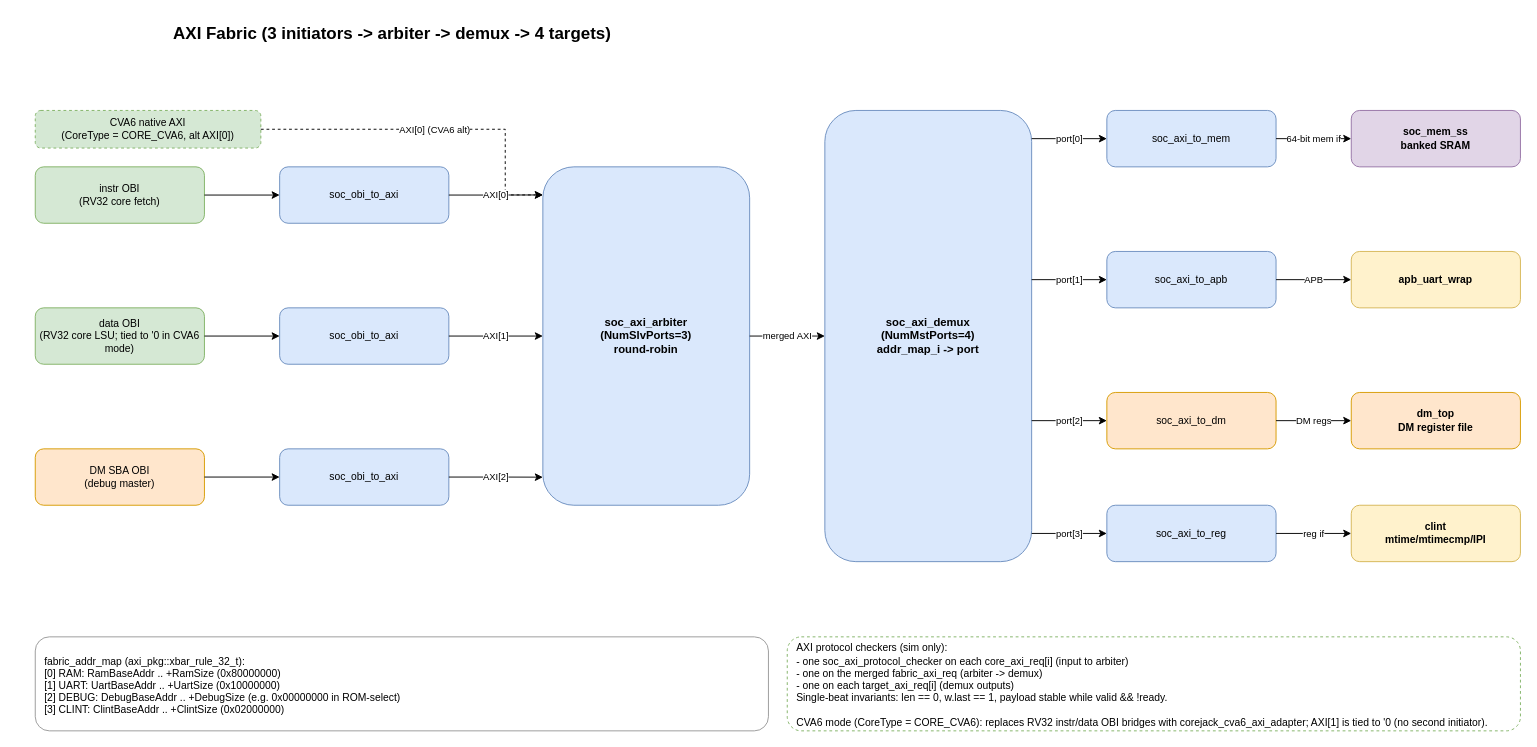
The draw.io diagram page "AXI Fabric" (2 of 8) of docs/media/corejack_soc.drawio in patrickerich/corejack, before the edit. Source tidied: cells renumbered, new cells numbered last; positions are measured from the earlier drawing's top-left corner, leaving out a move shared by most shapes. Both pictures are drawn from the tidied source at 94%, with x=0, y=0 at pixel (16, 16).
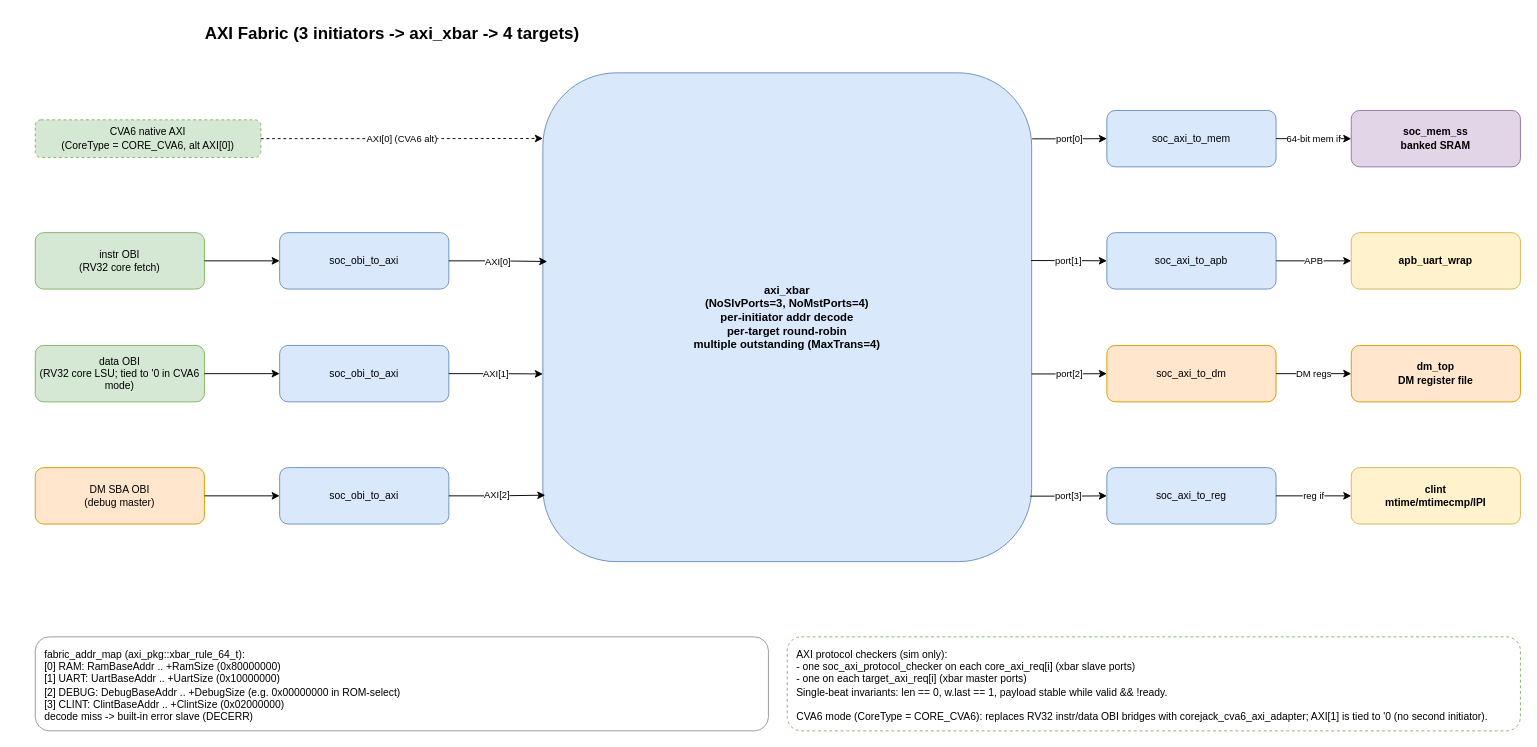
After the change.

Commit message (it also covers changes not shown here):
Update SoC diagrams for the axi_xbar fabric

The change refers to these unchanged cells:
```xml
<mxCell id="12" value="soc_axi_to_mem" style="rounded=1;whiteSpace=wrap;html=1;fillColor=#dae8fc;strokeColor=#6c8ebf;fontSize=11;verticalAlign=middle;" parent="1" vertex="1">
  <mxGeometry x="1160" y="100" width="180" height="60" as="geometry" />
</mxCell>
```

The edit, as a diff of the source:
```diff
@@
-    <mxCell id="2" value="AXI Fabric (3 initiators -&gt; arbiter -&gt; demux -&gt; 4 targets)" style="text;html=1;strokeColor=none;fillColor=none;align=center;verticalAlign=middle;whiteSpace=wrap;rounded=0;fontSize=18;fontStyle=1;" parent="1" vertex="1">
+    <mxCell id="2" value="AXI Fabric (3 initiators -&gt; axi_xbar -&gt; 4 targets)" style="text;html=1;strokeColor=none;fillColor=none;align=center;verticalAlign=middle;whiteSpace=wrap;rounded=0;fontSize=18;fontStyle=1;" parent="1" vertex="1">
       <mxGeometry width="800" height="36" as="geometry" />
     </mxCell>
     <mxCell id="3" value="CVA6 native AXI&#10;(CoreType = CORE_CVA6, alt AXI[0])" style="rounded=1;whiteSpace=wrap;html=1;fillColor=#d5e8d4;strokeColor=#82b366;fontSize=11;verticalAlign=middle;dashed=1;" parent="1" vertex="1">
-      <mxGeometry x="20" y="100" width="240" height="40" as="geometry" />
+      <mxGeometry x="20" y="110" width="240" height="40" as="geometry" />
     </mxCell>
     <mxCell id="4" value="instr OBI&#10;(RV32 core fetch)" style="rounded=1;whiteSpace=wrap;html=1;fillColor=#d5e8d4;strokeColor=#82b366;fontSize=11;verticalAlign=middle;" parent="1" vertex="1">
-      <mxGeometry x="20" y="160" width="180" height="60" as="geometry" />
+      <mxGeometry x="20" y="230" width="180" height="60" as="geometry" />
     </mxCell>
     <mxCell id="5" value="data OBI&#10;(RV32 core LSU; tied to '0 in CVA6 mode)" style="rounded=1;whiteSpace=wrap;html=1;fillColor=#d5e8d4;strokeColor=#82b366;fontSize=11;verticalAlign=middle;" parent="1" vertex="1">
-      <mxGeometry x="20" y="310" width="180" height="60" as="geometry" />
+      <mxGeometry x="20" y="350" width="180" height="60" as="geometry" />
     </mxCell>
     <mxCell id="6" value="DM SBA OBI&#10;(debug master)" style="rounded=1;whiteSpace=wrap;html=1;fillColor=#ffe6cc;strokeColor=#d79b00;fontSize=11;verticalAlign=middle;" parent="1" vertex="1">
-      <mxGeometry x="20" y="460" width="180" height="60" as="geometry" />
+      <mxGeometry x="20" y="480" width="180" height="60" as="geometry" />
     </mxCell>
     <mxCell id="7" value="soc_obi_to_axi" style="rounded=1;whiteSpace=wrap;html=1;fillColor=#dae8fc;strokeColor=#6c8ebf;fontSize=11;verticalAlign=middle;" parent="1" vertex="1">
-      <mxGeometry x="280" y="160" width="180" height="60" as="geometry" />
+      <mxGeometry x="280" y="230" width="180" height="60" as="geometry" />
     </mxCell>
     <mxCell id="8" value="soc_obi_to_axi" style="rounded=1;whiteSpace=wrap;html=1;fillColor=#dae8fc;strokeColor=#6c8ebf;fontSize=11;verticalAlign=middle;" parent="1" vertex="1">
-      <mxGeometry x="280" y="310" width="180" height="60" as="geometry" />
+      <mxGeometry x="280" y="350" width="180" height="60" as="geometry" />
     </mxCell>
     <mxCell id="9" value="soc_obi_to_axi" style="rounded=1;whiteSpace=wrap;html=1;fillColor=#dae8fc;strokeColor=#6c8ebf;fontSize=11;verticalAlign=middle;" parent="1" vertex="1">
-      <mxGeometry x="280" y="460" width="180" height="60" as="geometry" />
+      <mxGeometry x="280" y="480" width="180" height="60" as="geometry" />
     </mxCell>
-    <mxCell id="10" value="soc_axi_arbiter&#10;(NumSlvPorts=3)&#10;round-robin" style="rounded=1;whiteSpace=wrap;html=1;fillColor=#dae8fc;strokeColor=#6c8ebf;fontSize=12;fontStyle=1;verticalAlign=middle;" parent="1" vertex="1">
-      <mxGeometry x="560" y="160" width="220" height="360" as="geometry" />
-    </mxCell>
-    <mxCell id="11" value="soc_axi_demux&#10;(NumMstPorts=4)&#10;addr_map_i -&gt; port" style="rounded=1;whiteSpace=wrap;html=1;fillColor=#dae8fc;strokeColor=#6c8ebf;fontSize=12;fontStyle=1;verticalAlign=middle;" parent="1" vertex="1">
-      <mxGeometry x="860" y="100" width="220" height="480" as="geometry" />
-    </mxCell>
+    <mxCell id="38" value="axi_xbar&#10;(NoSlvPorts=3, NoMstPorts=4)&#10;per-initiator addr decode&#10;per-target round-robin&#10;multiple outstanding (MaxTrans=4)" style="rounded=1;whiteSpace=wrap;html=1;fillColor=#dae8fc;strokeColor=#6c8ebf;fontSize=12;fontStyle=1;verticalAlign=middle;" parent="1" vertex="1">
+      <mxGeometry x="560" y="60" width="520" height="520" as="geometry" />
+    </mxCell>
@@
     <mxCell id="13" value="soc_axi_to_apb" style="rounded=1;whiteSpace=wrap;html=1;fillColor=#dae8fc;strokeColor=#6c8ebf;fontSize=11;verticalAlign=middle;" parent="1" vertex="1">
-      <mxGeometry x="1160" y="250" width="180" height="60" as="geometry" />
+      <mxGeometry x="1160" y="230" width="180" height="60" as="geometry" />
     </mxCell>
     <mxCell id="14" value="soc_axi_to_dm" style="rounded=1;whiteSpace=wrap;html=1;fillColor=#ffe6cc;strokeColor=#d79b00;fontSize=11;verticalAlign=middle;" parent="1" vertex="1">
-      <mxGeometry x="1160" y="400" width="180" height="60" as="geometry" />
+      <mxGeometry x="1160" y="350" width="180" height="60" as="geometry" />
     </mxCell>
     <mxCell id="15" value="soc_axi_to_reg" style="rounded=1;whiteSpace=wrap;html=1;fillColor=#dae8fc;strokeColor=#6c8ebf;fontSize=11;verticalAlign=middle;" parent="1" vertex="1">
-      <mxGeometry x="1160" y="520" width="180" height="60" as="geometry" />
+      <mxGeometry x="1160" y="480" width="180" height="60" as="geometry" />
     </mxCell>
@@
     <mxCell id="17" value="apb_uart_wrap" style="rounded=1;whiteSpace=wrap;html=1;fillColor=#fff2cc;strokeColor=#d6b656;fontSize=11;fontStyle=1;verticalAlign=middle;" parent="1" vertex="1">
-      <mxGeometry x="1420" y="250" width="180" height="60" as="geometry" />
+      <mxGeometry x="1420" y="230" width="180" height="60" as="geometry" />
     </mxCell>
     <mxCell id="18" value="dm_top&#10;DM register file" style="rounded=1;whiteSpace=wrap;html=1;fillColor=#ffe6cc;strokeColor=#d79b00;fontSize=11;fontStyle=1;verticalAlign=middle;" parent="1" vertex="1">
-      <mxGeometry x="1420" y="400" width="180" height="60" as="geometry" />
+      <mxGeometry x="1420" y="350" width="180" height="60" as="geometry" />
     </mxCell>
     <mxCell id="19" value="clint&#10;mtime/mtimecmp/IPI" style="rounded=1;whiteSpace=wrap;html=1;fillColor=#fff2cc;strokeColor=#d6b656;fontSize=11;fontStyle=1;verticalAlign=middle;" parent="1" vertex="1">
-      <mxGeometry x="1420" y="520" width="180" height="60" as="geometry" />
+      <mxGeometry x="1420" y="480" width="180" height="60" as="geometry" />
     </mxCell>
-    <mxCell id="20" value="fabric_addr_map (axi_pkg::xbar_rule_32_t):&#10;[0] RAM:   RamBaseAddr   .. +RamSize     (0x80000000)&#10;[1] UART:  UartBaseAddr  .. +UartSize    (0x10000000)&#10;[2] DEBUG: DebugBaseAddr .. +DebugSize   (e.g. 0x00000000 in ROM-select)&#10;[3] CLINT: ClintBaseAddr .. +ClintSize   (0x02000000)" style="rounded=1;whiteSpace=wrap;html=1;fillColor=#FFFFFF;strokeColor=#999999;fontSize=11;align=left;spacingLeft=8;spacingTop=4;" parent="1" vertex="1">
+    <mxCell id="20" value="fabric_addr_map (axi_pkg::xbar_rule_64_t):&#10;[0] RAM:   RamBaseAddr   .. +RamSize     (0x80000000)&#10;[1] UART:  UartBaseAddr  .. +UartSize    (0x10000000)&#10;[2] DEBUG: DebugBaseAddr .. +DebugSize   (e.g. 0x00000000 in ROM-select)&#10;[3] CLINT: ClintBaseAddr .. +ClintSize   (0x02000000)&#10;decode miss -&gt; built-in error slave (DECERR)" style="rounded=1;whiteSpace=wrap;html=1;fillColor=#FFFFFF;strokeColor=#999999;fontSize=11;align=left;spacingLeft=8;spacingTop=4;" parent="1" vertex="1">
       <mxGeometry x="20" y="660" width="780" height="100" as="geometry" />
     </mxCell>
-    <mxCell id="21" value="AXI protocol checkers (sim only):&#10;- one soc_axi_protocol_checker on each core_axi_req[i] (input to arbiter)&#10;- one on the merged fabric_axi_req (arbiter -&gt; demux)&#10;- one on each target_axi_req[i] (demux outputs)&#10;Single-beat invariants: len == 0, w.last == 1, payload stable while valid &amp;&amp; !ready.&#10;&#10;CVA6 mode (CoreType = CORE_CVA6): replaces RV32 instr/data OBI bridges with corejack_cva6_axi_adapter; AXI[1] is tied to '0 (no second initiator)." style="rounded=1;whiteSpace=wrap;html=1;fillColor=#FFFFFF;strokeColor=#82b366;fontSize=11;align=left;spacingLeft=8;spacingTop=4;dashed=1;" parent="1" vertex="1">
+    <mxCell id="21" value="AXI protocol checkers (sim only):&#10;- one soc_axi_protocol_checker on each core_axi_req[i] (xbar slave ports)&#10;- one on each target_axi_req[i] (xbar master ports)&#10;Single-beat invariants: len == 0, w.last == 1, payload stable while valid &amp;&amp; !ready.&#10;&#10;CVA6 mode (CoreType = CORE_CVA6): replaces RV32 instr/data OBI bridges with corejack_cva6_axi_adapter; AXI[1] is tied to '0 (no second initiator)." style="rounded=1;whiteSpace=wrap;html=1;fillColor=#FFFFFF;strokeColor=#82b366;fontSize=11;align=left;spacingLeft=8;spacingTop=4;dashed=1;" parent="1" vertex="1">
       <mxGeometry x="820" y="660" width="780" height="100" as="geometry" />
     </mxCell>
-    <mxCell id="22" value="AXI[0] (CVA6 alt)" style="endArrow=classic;html=1;edgeStyle=orthogonalEdgeStyle;rounded=0;exitX=1;exitY=0.5;entryX=0;entryY=0.083;fontSize=10;dashed=1;" parent="1" edge="1" source="3" target="10">
+    <mxCell id="22" value="AXI[0] (CVA6 alt)" style="endArrow=classic;html=1;edgeStyle=orthogonalEdgeStyle;rounded=0;exitX=1;exitY=0.5;fontSize=10;dashed=1;entryX=0;entryY=0.115;entryDx=0;entryDy=0;entryPerimeter=0;" parent="1" edge="1" source="3">
       <mxGeometry relative="1" as="geometry">
-        <Array as="points">
-          <mxPoint x="520" y="120" />
-          <mxPoint x="520" y="190" />
-        </Array>
+        <mxPoint x="560" y="129.8" as="targetPoint" />
       </mxGeometry>
     </mxCell>
@@
-    <mxCell id="26" value="AXI[0]" style="endArrow=classic;html=1;edgeStyle=orthogonalEdgeStyle;rounded=0;exitX=1;exitY=0.5;entryX=0;entryY=0.083;fontSize=10;" parent="1" edge="1" source="7" target="10">
+    <mxCell id="26" value="AXI[0]" style="endArrow=classic;html=1;edgeStyle=orthogonalEdgeStyle;rounded=0;exitX=1;exitY=0.5;entryX=0.009;entryY=0.386;fontSize=10;entryDx=0;entryDy=0;entryPerimeter=0;" parent="1" edge="1" source="7" target="38">
       <mxGeometry relative="1" as="geometry" />
     </mxCell>
-    <mxCell id="27" value="AXI[1]" style="endArrow=classic;html=1;edgeStyle=orthogonalEdgeStyle;rounded=0;exitX=1;exitY=0.5;entryX=0;entryY=0.5;fontSize=10;" parent="1" edge="1" source="8" target="10">
+    <mxCell id="27" value="AXI[1]" style="endArrow=classic;html=1;edgeStyle=orthogonalEdgeStyle;rounded=0;exitX=1;exitY=0.5;entryX=0;entryY=0.616;fontSize=10;entryDx=0;entryDy=0;entryPerimeter=0;" parent="1" edge="1" source="8" target="38">
       <mxGeometry relative="1" as="geometry" />
     </mxCell>
-    <mxCell id="28" value="AXI[2]" style="endArrow=classic;html=1;edgeStyle=orthogonalEdgeStyle;rounded=0;exitX=1;exitY=0.5;entryX=0;entryY=0.917;fontSize=10;" parent="1" edge="1" source="9" target="10">
+    <mxCell id="28" value="AXI[2]" style="endArrow=classic;html=1;edgeStyle=orthogonalEdgeStyle;rounded=0;exitX=1;exitY=0.5;entryX=0.005;entryY=0.864;fontSize=10;entryDx=0;entryDy=0;entryPerimeter=0;" parent="1" edge="1" source="9" target="38">
       <mxGeometry relative="1" as="geometry" />
     </mxCell>
-    <mxCell id="29" value="merged AXI" style="endArrow=classic;html=1;edgeStyle=orthogonalEdgeStyle;rounded=0;exitX=1;exitY=0.5;entryX=0;entryY=0.5;fontSize=10;" parent="1" edge="1" source="10" target="11">
-      <mxGeometry relative="1" as="geometry" />
-    </mxCell>
-    <mxCell id="30" value="port[0]" style="endArrow=classic;html=1;edgeStyle=orthogonalEdgeStyle;rounded=0;exitX=1;exitY=0.0625;entryX=0;entryY=0.5;fontSize=10;" parent="1" edge="1" source="11" target="12">
+    <mxCell id="30" value="port[0]" style="endArrow=classic;html=1;edgeStyle=orthogonalEdgeStyle;rounded=0;exitX=1.001;exitY=0.135;entryX=0;entryY=0.5;fontSize=10;exitDx=0;exitDy=0;exitPerimeter=0;" parent="1" edge="1" source="38" target="12">
       <mxGeometry relative="1" as="geometry" />
     </mxCell>
-    <mxCell id="31" value="port[1]" style="endArrow=classic;html=1;edgeStyle=orthogonalEdgeStyle;rounded=0;exitX=1;exitY=0.375;entryX=0;entryY=0.5;fontSize=10;" parent="1" edge="1" source="11" target="13">
+    <mxCell id="31" value="port[1]" style="endArrow=classic;html=1;edgeStyle=orthogonalEdgeStyle;rounded=0;exitX=0.999;exitY=0.384;entryX=0;entryY=0.5;fontSize=10;exitDx=0;exitDy=0;exitPerimeter=0;" parent="1" edge="1" source="38" target="13">
       <mxGeometry relative="1" as="geometry" />
     </mxCell>
-    <mxCell id="32" value="port[2]" style="endArrow=classic;html=1;edgeStyle=orthogonalEdgeStyle;rounded=0;exitX=1;exitY=0.6875;entryX=0;entryY=0.5;fontSize=10;" parent="1" edge="1" source="11" target="14">
+    <mxCell id="32" value="port[2]" style="endArrow=classic;html=1;edgeStyle=orthogonalEdgeStyle;rounded=0;exitX=1;exitY=0.616;entryX=0;entryY=0.5;fontSize=10;exitDx=0;exitDy=0;exitPerimeter=0;" parent="1" edge="1" source="38" target="14">
       <mxGeometry relative="1" as="geometry" />
     </mxCell>
-    <mxCell id="33" value="port[3]" style="endArrow=classic;html=1;edgeStyle=orthogonalEdgeStyle;rounded=0;exitX=1;exitY=0.9375;entryX=0;entryY=0.5;fontSize=10;" parent="1" edge="1" source="11" target="15">
+    <mxCell id="33" value="port[3]" style="endArrow=classic;html=1;edgeStyle=orthogonalEdgeStyle;rounded=0;exitX=0.997;exitY=0.866;entryX=0;entryY=0.5;fontSize=10;exitDx=0;exitDy=0;exitPerimeter=0;" parent="1" edge="1" source="38" target="15">
       <mxGeometry relative="1" as="geometry" />
     </mxCell>
```
